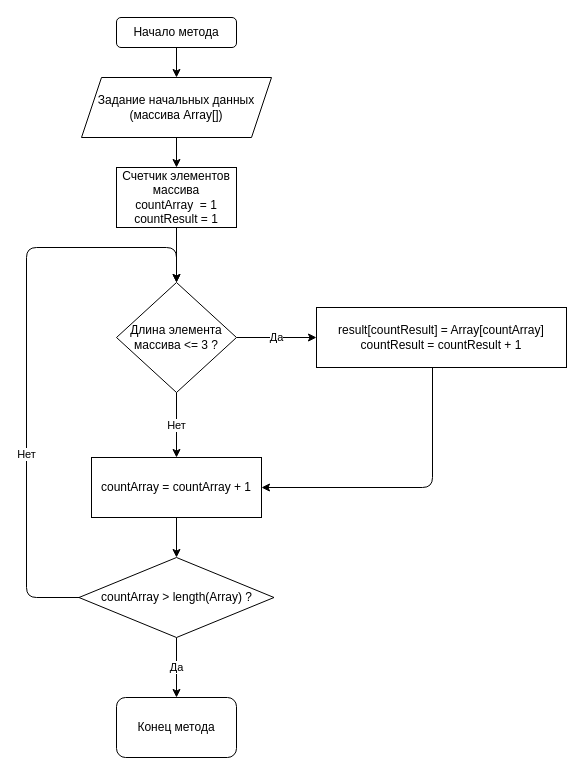
Before: algorithm.drawio in akrivola/Test-work-1st-stage, a draw.io diagram. Source tidied: cells renumbered, new cells numbered last; positions are measured from the earlier drawing's top-left corner, leaving out a move shared by most shapes. Both pictures are drawn from the tidied source at 100%, with x=0, y=0 at pixel (26, 17).
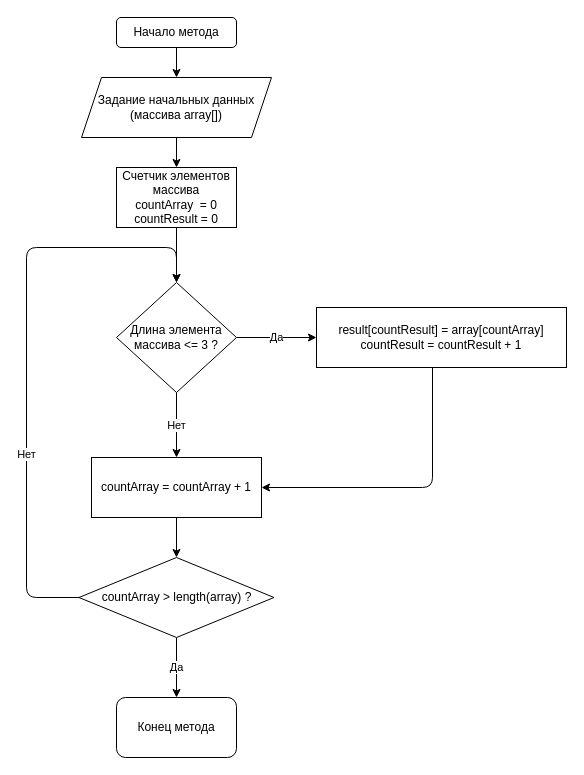
The same page after the edit.

Change to the diagram source:
```diff
@@
-    <mxCell id="6" value="Счетчик элементов массива &lt;br&gt;countArray&amp;nbsp; = 1&lt;br&gt;countResult = 1" style="rounded=0;whiteSpace=wrap;html=1;" parent="1" vertex="1">
+    <mxCell id="6" value="Счетчик элементов массива &lt;br&gt;countArray&amp;nbsp; = 0&lt;br&gt;countResult = 0" style="rounded=0;whiteSpace=wrap;html=1;" parent="1" vertex="1">
       <mxGeometry x="90" y="150" width="120" height="60" as="geometry" />
     </mxCell>
@@
-    <mxCell id="14" value="result[countResult] = Array[countArray]&lt;br&gt;countResult = countResult + 1" style="rounded=0;whiteSpace=wrap;html=1;" parent="1" vertex="1">
+    <mxCell id="14" value="result[countResult] = array[countArray]&lt;br&gt;countResult = countResult + 1" style="rounded=0;whiteSpace=wrap;html=1;" parent="1" vertex="1">
       <mxGeometry x="290" y="290" width="250" height="60" as="geometry" />
     </mxCell>
-    <mxCell id="15" value="&lt;span&gt;Задание начальных данных (массива Array[])&lt;br&gt;&lt;/span&gt;" style="shape=parallelogram;perimeter=parallelogramPerimeter;whiteSpace=wrap;html=1;fixedSize=1;" parent="1" vertex="1">
+    <mxCell id="15" value="&lt;span&gt;Задание начальных данных (массива array[])&lt;br&gt;&lt;/span&gt;" style="shape=parallelogram;perimeter=parallelogramPerimeter;whiteSpace=wrap;html=1;fixedSize=1;" parent="1" vertex="1">
       <mxGeometry x="55" y="60" width="190" height="60" as="geometry" />
     </mxCell>
@@
-    <mxCell id="17" value="countArray &amp;gt; length(Array) ?" style="rhombus;whiteSpace=wrap;html=1;rounded=0;" parent="1" vertex="1">
+    <mxCell id="17" value="countArray &amp;gt; length(array) ?" style="rhombus;whiteSpace=wrap;html=1;rounded=0;" parent="1" vertex="1">
       <mxGeometry x="52.5" y="540" width="195" height="80" as="geometry" />
     </mxCell>
```
